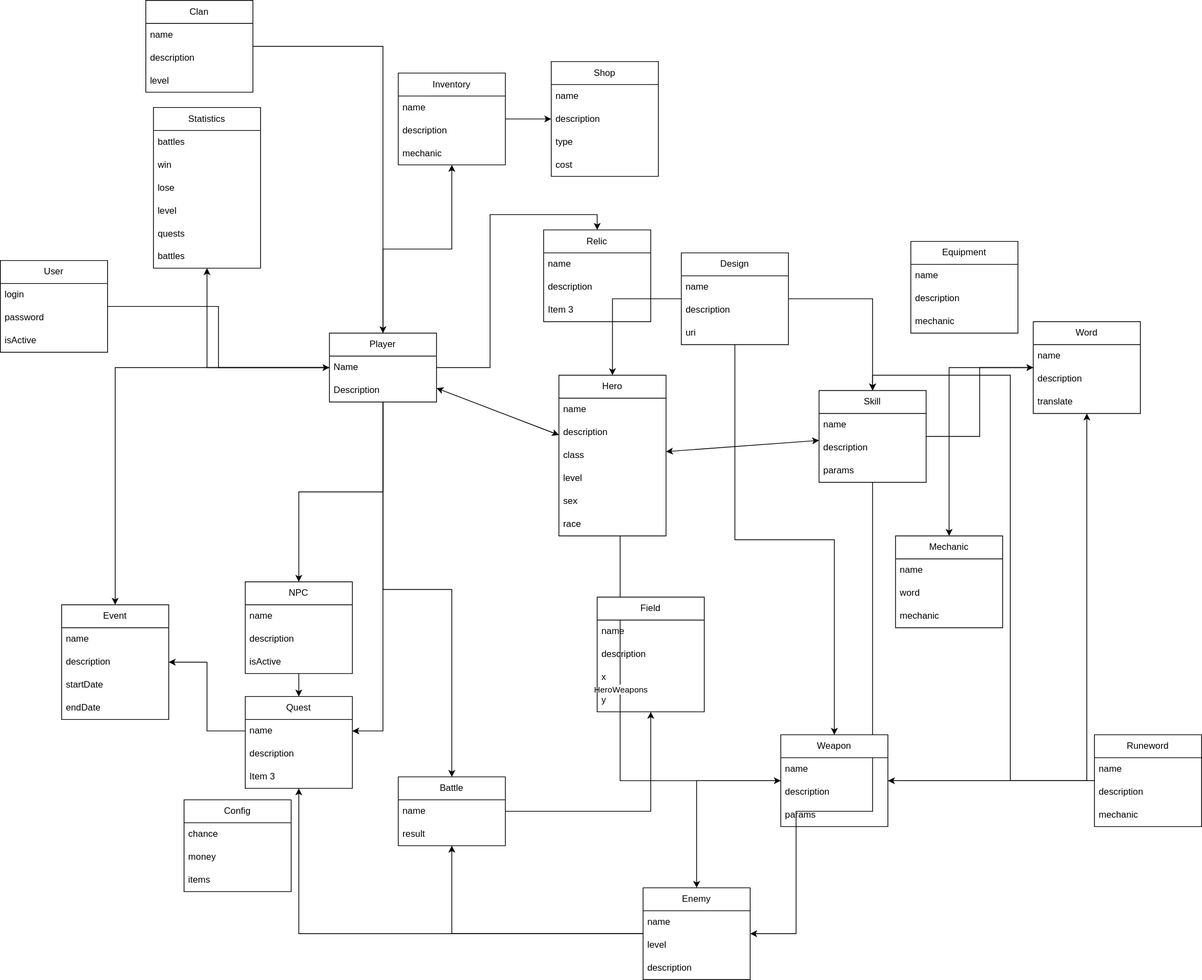
Lyumih/story-back keeps this draw.io diagram as bd.drawio.svg. Above is the earlier version. Source tidied: cells renumbered, new cells last; positions are measured from the earlier drawing's top-left corner, leaving out a move shared by most shapes.
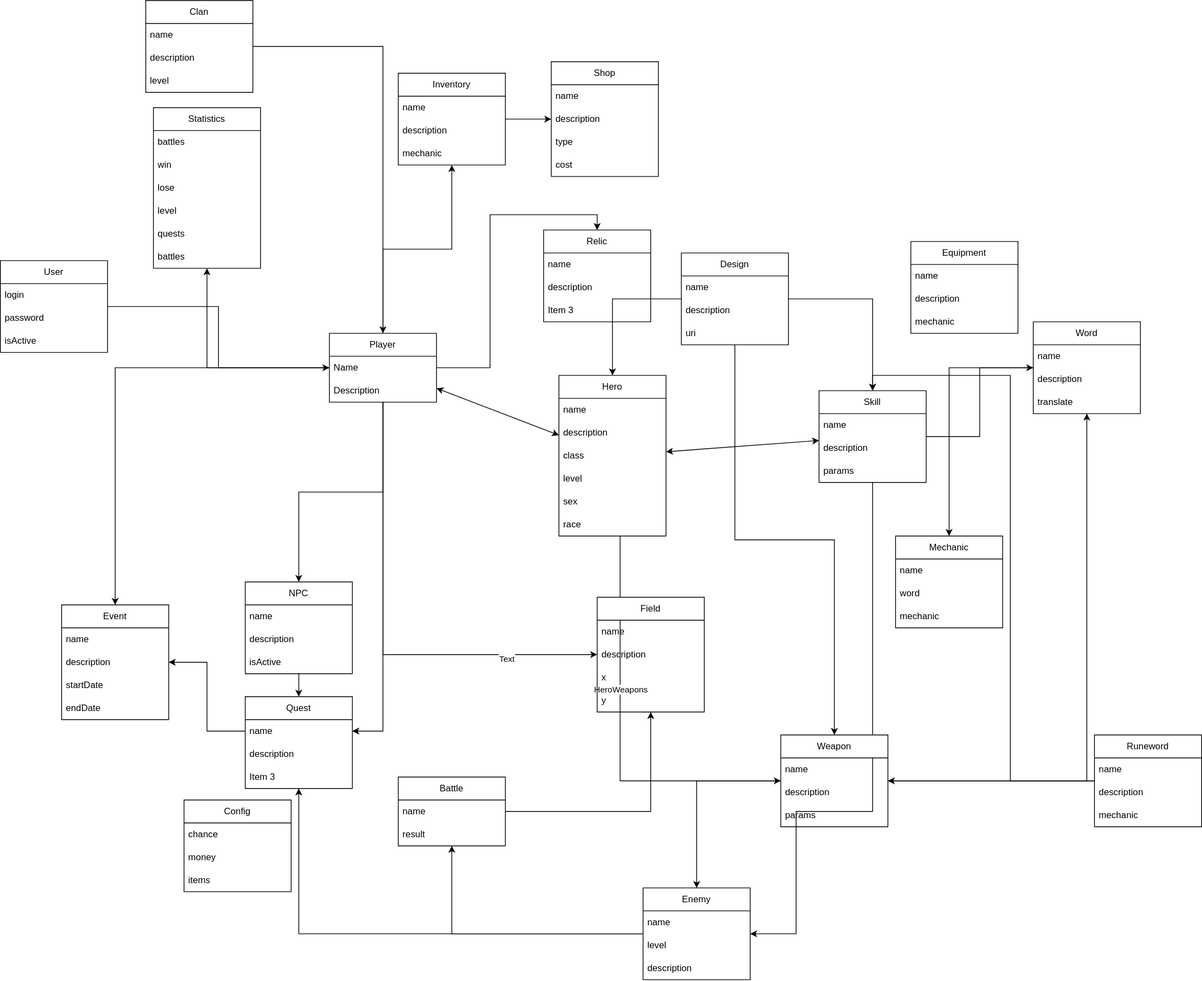
The same diagram one commit later.

Diff of the diagram source:
```diff
@@ -5,9 +5,12 @@
     <mxCell id="2" style="rounded=0;jettySize=auto;html=1;elbow=vertical;startArrow=classic;startFill=1;" parent="1" edge="1" source="35" target="10">
       <mxGeometry relative="1" as="geometry" />
     </mxCell>
-    <mxCell id="3" style="edgeStyle=orthogonalEdgeStyle;rounded=0;jettySize=auto;html=1;" parent="1" edge="1" source="10" target="26">
+    <mxCell id="3" style="edgeStyle=orthogonalEdgeStyle;rounded=0;jettySize=auto;html=1;entryX=0;entryY=0.5;entryDx=0;entryDy=0;" parent="1" edge="1" source="10" target="61">
       <mxGeometry relative="1" as="geometry" />
     </mxCell>
+    <mxCell id="126" value="Text" style="edgeLabel;html=1;align=center;verticalAlign=middle;" parent="3" vertex="1">
+      <mxGeometry x="0.61" y="-5" relative="1" as="geometry" />
+    </mxCell>
     <mxCell id="4" style="edgeStyle=orthogonalEdgeStyle;rounded=0;jettySize=auto;html=1;" parent="1" edge="1" source="10" target="30">
       <mxGeometry relative="1" as="geometry" />
     </mxCell>
```
